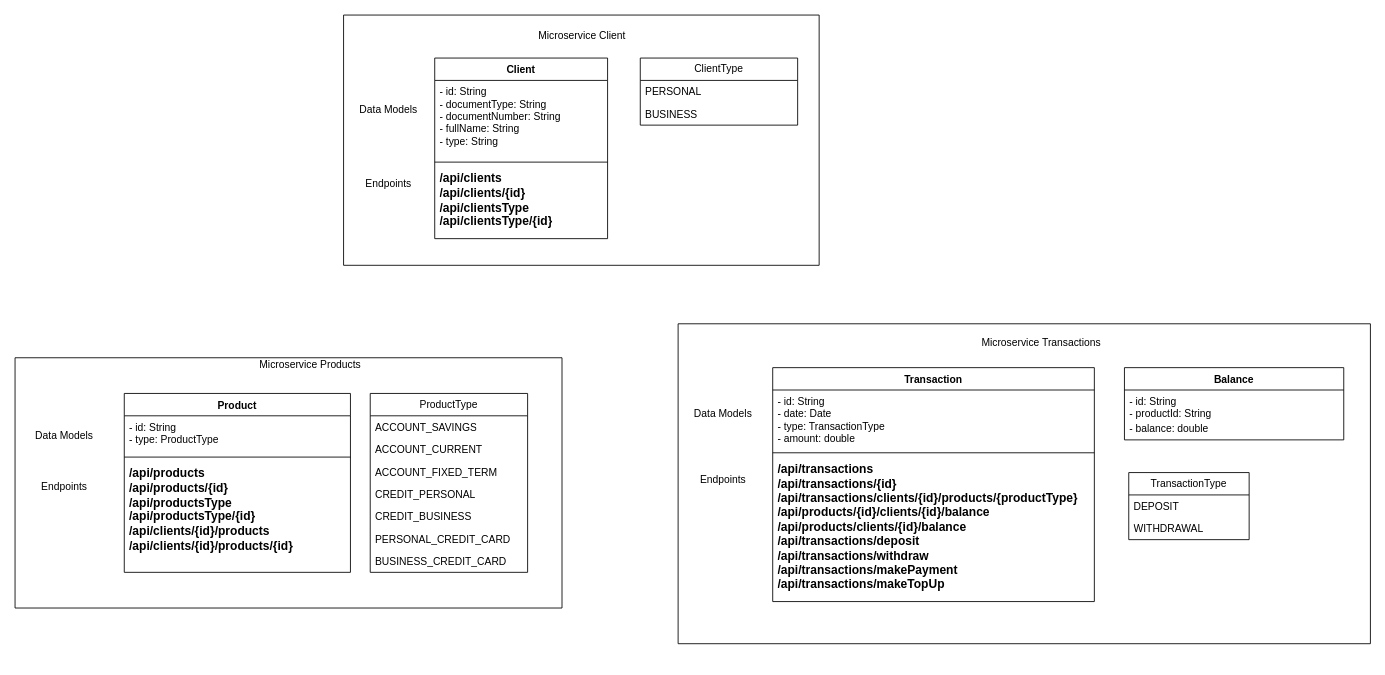
Above: diagram.drawio in bootcampIvanRodriguezRomero/diagram (draw.io), before the change. Source tidied: cells renumbered, new cells numbered last; positions are measured from the earlier drawing's top-left corner, leaving out a move shared by most shapes. Both pictures are drawn from the tidied source at 86%, with x=0, y=0 at pixel (15, 15).
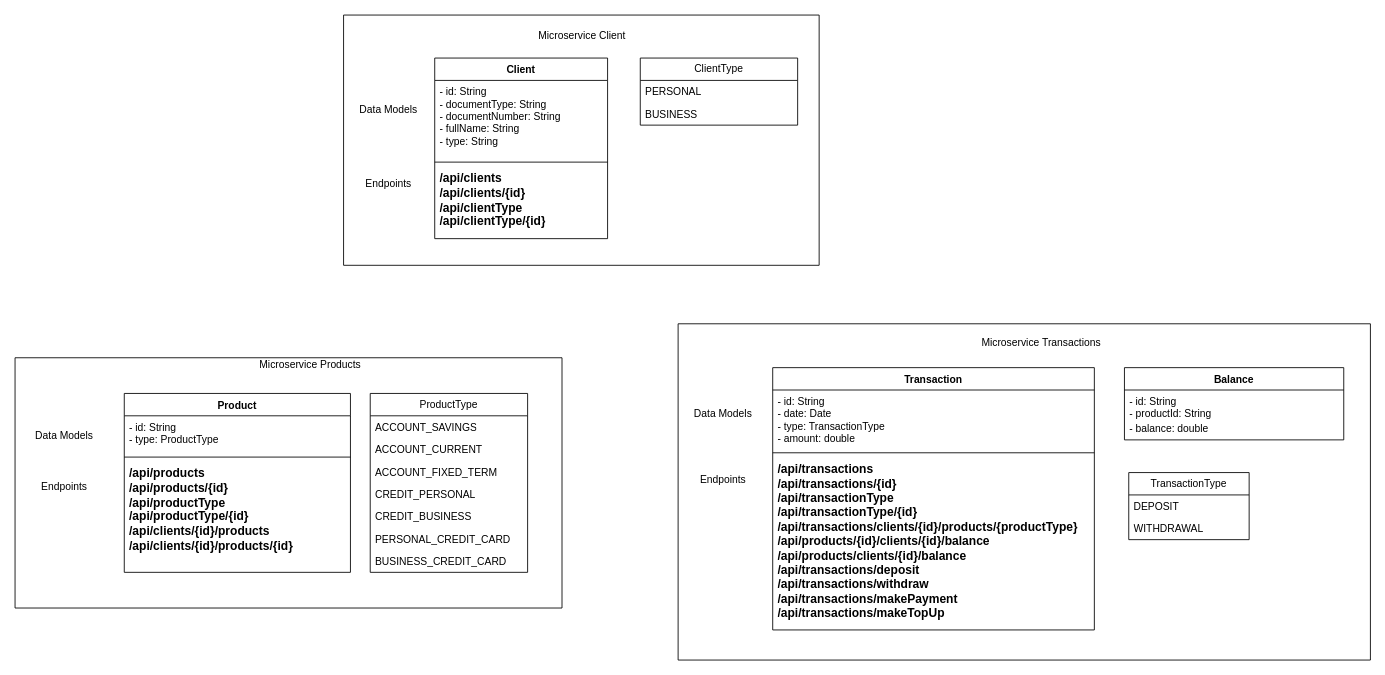
After the change.

The change refers to these unchanged cells:
```xml
<mxCell id="5" value="Product" style="swimlane;fontStyle=1;align=center;verticalAlign=top;horizontal=1;startSize=26;whiteSpace=wrap;html=1;fillColor=#FFFFFF;" parent="1" vertex="1">
  <mxGeometry x="127" y="440" width="263" height="208" as="geometry" />
</mxCell>
<mxCell id="27" value="Client" style="swimlane;fontStyle=1;align=center;verticalAlign=top;horizontal=1;startSize=26;whiteSpace=wrap;html=1;" parent="1" vertex="1">
  <mxGeometry x="488" y="50" width="201" height="210" as="geometry" />
</mxCell>
```

Diff of the diagram source:
```diff
@@
     <mxCell id="2" style="verticalLabelPosition=bottom;verticalAlign=top;html=1;shape=mxgraph.basic.rect;fillColor2=none;strokeWidth=1;size=20;indent=5;" parent="1" vertex="1">
-      <mxGeometry x="771" y="359" width="805" height="372" as="geometry" />
+      <mxGeometry x="771" y="359" width="805" height="391" as="geometry" />
     </mxCell>
@@
-    <mxCell id="8" value="&lt;b style=&quot;border-color: var(--border-color); font-size: 14px;&quot;&gt;&lt;b style=&quot;border-color: var(--border-color);&quot;&gt;/api&lt;/b&gt;/products&lt;br style=&quot;border-color: var(--border-color);&quot;&gt;&lt;b style=&quot;border-color: var(--border-color);&quot;&gt;/api&lt;/b&gt;/&lt;b style=&quot;border-color: var(--border-color);&quot;&gt;products&lt;/b&gt;/{id}&lt;br&gt;&lt;b style=&quot;border-color: var(--border-color);&quot;&gt;&lt;b style=&quot;border-color: var(--border-color);&quot;&gt;/api&lt;/b&gt;/productsType&lt;br style=&quot;border-color: var(--border-color);&quot;&gt;&lt;b style=&quot;border-color: var(--border-color);&quot;&gt;/api&lt;/b&gt;/&lt;b style=&quot;border-color: var(--border-color);&quot;&gt;productsType&lt;/b&gt;/{id}&lt;/b&gt;&lt;br&gt;&lt;b style=&quot;border-color: var(--border-color);&quot;&gt;/api/clients/{id}/products&lt;br&gt;&lt;/b&gt;&lt;b style=&quot;border-color: var(--border-color);&quot;&gt;&lt;b style=&quot;border-color: var(--border-color);&quot;&gt;/api/clients/{id}/products/{id}&lt;/b&gt;&lt;/b&gt;&lt;br&gt;&lt;/b&gt;" style="text;strokeColor=none;fillColor=none;align=left;verticalAlign=top;spacingLeft=4;spacingRight=4;overflow=hidden;whiteSpace=wrap;html=1;" parent="5" vertex="1">
+    <mxCell id="8" value="&lt;b style=&quot;border-color: var(--border-color); font-size: 14px;&quot;&gt;&lt;b style=&quot;border-color: var(--border-color);&quot;&gt;/api&lt;/b&gt;/products&lt;br style=&quot;border-color: var(--border-color);&quot;&gt;&lt;b style=&quot;border-color: var(--border-color);&quot;&gt;/api&lt;/b&gt;/&lt;b style=&quot;border-color: var(--border-color);&quot;&gt;products&lt;/b&gt;/{id}&lt;br&gt;&lt;b style=&quot;border-color: var(--border-color);&quot;&gt;&lt;b style=&quot;border-color: var(--border-color);&quot;&gt;/api&lt;/b&gt;/productType&lt;br style=&quot;border-color: var(--border-color);&quot;&gt;&lt;b style=&quot;border-color: var(--border-color);&quot;&gt;/api&lt;/b&gt;/&lt;b style=&quot;border-color: var(--border-color);&quot;&gt;productType&lt;/b&gt;/{id}&lt;/b&gt;&lt;br&gt;&lt;b style=&quot;border-color: var(--border-color);&quot;&gt;/api/clients/{id}/products&lt;br&gt;&lt;/b&gt;&lt;b style=&quot;border-color: var(--border-color);&quot;&gt;&lt;b style=&quot;border-color: var(--border-color);&quot;&gt;/api/clients/{id}/products/{id}&lt;/b&gt;&lt;/b&gt;&lt;br&gt;&lt;/b&gt;" style="text;strokeColor=none;fillColor=none;align=left;verticalAlign=top;spacingLeft=4;spacingRight=4;overflow=hidden;whiteSpace=wrap;html=1;" parent="5" vertex="1">
       <mxGeometry y="78" width="263" height="130" as="geometry" />
     </mxCell>
@@
     <mxCell id="17" value="Transaction" style="swimlane;fontStyle=1;align=center;verticalAlign=top;horizontal=1;startSize=26;whiteSpace=wrap;html=1;fillColor=#FFFFFF;" parent="1" vertex="1">
-      <mxGeometry x="881" y="410" width="374" height="272" as="geometry" />
+      <mxGeometry x="881" y="410" width="374" height="305" as="geometry" />
     </mxCell>
@@
-    <mxCell id="20" value="&lt;b style=&quot;border-color: var(--border-color); font-size: 14px;&quot;&gt;&lt;b style=&quot;border-color: var(--border-color);&quot;&gt;/api&lt;/b&gt;/transactions&lt;br style=&quot;border-color: var(--border-color);&quot;&gt;&lt;b style=&quot;border-color: var(--border-color);&quot;&gt;/api&lt;/b&gt;/&lt;b style=&quot;border-color: var(--border-color);&quot;&gt;transactions&lt;/b&gt;/{id}&lt;br style=&quot;border-color: var(--border-color);&quot;&gt;&lt;b style=&quot;border-color: var(--border-color);&quot;&gt;/api/&lt;b style=&quot;border-color: var(--border-color);&quot;&gt;&lt;b style=&quot;border-color: var(--border-color);&quot;&gt;transactions&lt;/b&gt;/&lt;/b&gt;clients/{id}/products/{productType}&lt;br style=&quot;border-color: var(--border-color);&quot;&gt;&lt;/b&gt;&lt;b style=&quot;border-color: var(--border-color);&quot;&gt;&lt;b style=&quot;border-color: var(--border-color);&quot;&gt;/api/products/{id}/clients/{id}/balance&lt;br&gt;&lt;/b&gt;&lt;/b&gt;&lt;/b&gt;&lt;b style=&quot;border-color: var(--border-color); font-size: 14px;&quot;&gt;/api/products/clients/{id}/balance&lt;/b&gt;&lt;br&gt;&lt;b style=&quot;border-color: var(--border-color); font-size: 14px;&quot;&gt;&lt;b style=&quot;border-color: var(--border-color);&quot;&gt;/api&lt;/b&gt;/transactions/&lt;/b&gt;&lt;b&gt;&lt;font style=&quot;font-size: 14px;&quot;&gt;deposit&lt;br&gt;&lt;/font&gt;&lt;/b&gt;&lt;b style=&quot;border-color: var(--border-color); font-size: 14px;&quot;&gt;&lt;b style=&quot;border-color: var(--border-color);&quot;&gt;/api&lt;/b&gt;/transactions/&lt;/b&gt;&lt;b&gt;&lt;font style=&quot;font-size: 14px;&quot;&gt;withdraw&lt;br&gt;&lt;/font&gt;&lt;/b&gt;&lt;b style=&quot;border-color: var(--border-color); font-size: 14px;&quot;&gt;&lt;b style=&quot;border-color: var(--border-color);&quot;&gt;/api&lt;/b&gt;/transactions/&lt;/b&gt;&lt;b&gt;&lt;font style=&quot;font-size: 14px;&quot;&gt;makePayment&lt;br&gt;&lt;/font&gt;&lt;/b&gt;&lt;b style=&quot;border-color: var(--border-color); font-size: 14px;&quot;&gt;&lt;b style=&quot;border-color: var(--border-color);&quot;&gt;/api&lt;/b&gt;/transactions/&lt;/b&gt;&lt;b&gt;&lt;font style=&quot;font-size: 14px;&quot;&gt;makeTopUp&lt;/font&gt;&lt;/b&gt;" style="text;strokeColor=none;fillColor=none;align=left;verticalAlign=top;spacingLeft=4;spacingRight=4;overflow=hidden;whiteSpace=wrap;html=1;" parent="17" vertex="1">
-      <mxGeometry y="103" width="374" height="169" as="geometry" />
+    <mxCell id="20" value="&lt;b style=&quot;border-color: var(--border-color); font-size: 14px;&quot;&gt;&lt;b style=&quot;border-color: var(--border-color);&quot;&gt;/api&lt;/b&gt;/transactions&lt;br style=&quot;border-color: var(--border-color);&quot;&gt;&lt;b style=&quot;border-color: var(--border-color);&quot;&gt;/api&lt;/b&gt;/&lt;b style=&quot;border-color: var(--border-color);&quot;&gt;transactions&lt;/b&gt;/{id}&lt;br&gt;&lt;b style=&quot;border-color: var(--border-color);&quot;&gt;&lt;b style=&quot;border-color: var(--border-color);&quot;&gt;/api&lt;/b&gt;/transactionType&lt;br style=&quot;border-color: var(--border-color);&quot;&gt;&lt;b style=&quot;border-color: var(--border-color);&quot;&gt;/api&lt;/b&gt;/&lt;b style=&quot;border-color: var(--border-color);&quot;&gt;transactionType&lt;/b&gt;/{id}&lt;/b&gt;&lt;br style=&quot;border-color: var(--border-color);&quot;&gt;&lt;b style=&quot;border-color: var(--border-color);&quot;&gt;/api/&lt;b style=&quot;border-color: var(--border-color);&quot;&gt;&lt;b style=&quot;border-color: var(--border-color);&quot;&gt;transactions&lt;/b&gt;/&lt;/b&gt;clients/{id}/products/{productType}&lt;br style=&quot;border-color: var(--border-color);&quot;&gt;&lt;/b&gt;&lt;b style=&quot;border-color: var(--border-color);&quot;&gt;&lt;b style=&quot;border-color: var(--border-color);&quot;&gt;/api/products/{id}/clients/{id}/balance&lt;br&gt;&lt;/b&gt;&lt;/b&gt;&lt;/b&gt;&lt;b style=&quot;border-color: var(--border-color); font-size: 14px;&quot;&gt;/api/products/clients/{id}/balance&lt;/b&gt;&lt;br&gt;&lt;b style=&quot;border-color: var(--border-color); font-size: 14px;&quot;&gt;&lt;b style=&quot;border-color: var(--border-color);&quot;&gt;/api&lt;/b&gt;/transactions/&lt;/b&gt;&lt;b&gt;&lt;font style=&quot;font-size: 14px;&quot;&gt;deposit&lt;br&gt;&lt;/font&gt;&lt;/b&gt;&lt;b style=&quot;border-color: var(--border-color); font-size: 14px;&quot;&gt;&lt;b style=&quot;border-color: var(--border-color);&quot;&gt;/api&lt;/b&gt;/transactions/&lt;/b&gt;&lt;b&gt;&lt;font style=&quot;font-size: 14px;&quot;&gt;withdraw&lt;br&gt;&lt;/font&gt;&lt;/b&gt;&lt;b style=&quot;border-color: var(--border-color); font-size: 14px;&quot;&gt;&lt;b style=&quot;border-color: var(--border-color);&quot;&gt;/api&lt;/b&gt;/transactions/&lt;/b&gt;&lt;b&gt;&lt;font style=&quot;font-size: 14px;&quot;&gt;makePayment&lt;br&gt;&lt;/font&gt;&lt;/b&gt;&lt;b style=&quot;border-color: var(--border-color); font-size: 14px;&quot;&gt;&lt;b style=&quot;border-color: var(--border-color);&quot;&gt;/api&lt;/b&gt;/transactions/&lt;/b&gt;&lt;b&gt;&lt;font style=&quot;font-size: 14px;&quot;&gt;makeTopUp&lt;/font&gt;&lt;/b&gt;" style="text;strokeColor=none;fillColor=none;align=left;verticalAlign=top;spacingLeft=4;spacingRight=4;overflow=hidden;whiteSpace=wrap;html=1;" parent="17" vertex="1">
+      <mxGeometry y="103" width="374" height="202" as="geometry" />
     </mxCell>
@@
-    <mxCell id="30" value="&lt;font style=&quot;font-size: 14px;&quot;&gt;&lt;b&gt;/api/clients&lt;br&gt;&lt;/b&gt;&lt;b style=&quot;border-color: var(--border-color);&quot;&gt;/api&lt;/b&gt;&lt;b&gt;/clients/{id}&lt;br&gt;&lt;/b&gt;&lt;b style=&quot;border-color: var(--border-color);&quot;&gt;&lt;b style=&quot;border-color: var(--border-color);&quot;&gt;/api&lt;/b&gt;/clientsType&lt;br style=&quot;border-color: var(--border-color);&quot;&gt;&lt;b style=&quot;border-color: var(--border-color);&quot;&gt;/api&lt;/b&gt;/clientsType/{id}&lt;/b&gt;&lt;b&gt;&lt;br&gt;&lt;/b&gt;&lt;/font&gt;" style="text;strokeColor=none;fillColor=none;align=left;verticalAlign=top;spacingLeft=4;spacingRight=4;overflow=hidden;whiteSpace=wrap;html=1;" parent="27" vertex="1">
+    <mxCell id="30" value="&lt;font style=&quot;font-size: 14px;&quot;&gt;&lt;b&gt;/api/clients&lt;br&gt;&lt;/b&gt;&lt;b style=&quot;border-color: var(--border-color);&quot;&gt;/api&lt;/b&gt;&lt;b&gt;/clients/{id}&lt;br&gt;&lt;/b&gt;&lt;b style=&quot;border-color: var(--border-color);&quot;&gt;&lt;b style=&quot;border-color: var(--border-color);&quot;&gt;/api&lt;/b&gt;/clientType&lt;br style=&quot;border-color: var(--border-color);&quot;&gt;&lt;b style=&quot;border-color: var(--border-color);&quot;&gt;/api&lt;/b&gt;/clientType/{id}&lt;/b&gt;&lt;b&gt;&lt;br&gt;&lt;/b&gt;&lt;/font&gt;" style="text;strokeColor=none;fillColor=none;align=left;verticalAlign=top;spacingLeft=4;spacingRight=4;overflow=hidden;whiteSpace=wrap;html=1;" parent="27" vertex="1">
       <mxGeometry y="125" width="201" height="85" as="geometry" />
     </mxCell>
```
